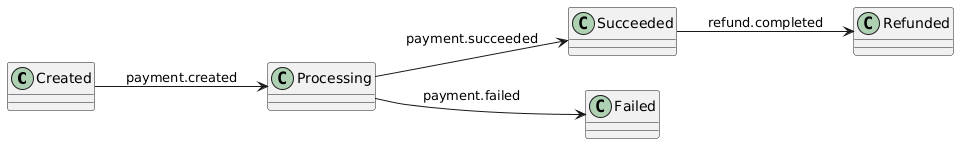
This is doc/images/StateMachine Payment.png from blackmittel/OtusSystemDesign, a PlantUML export, as it was before one commit. Its diagram source:
```plantuml
@startuml
left to right direction
Created --> Processing : payment.created
Processing --> Succeeded : payment.succeeded
Processing --> Failed : payment.failed
Succeeded --> Refunded : refund.completed
@enduml
```
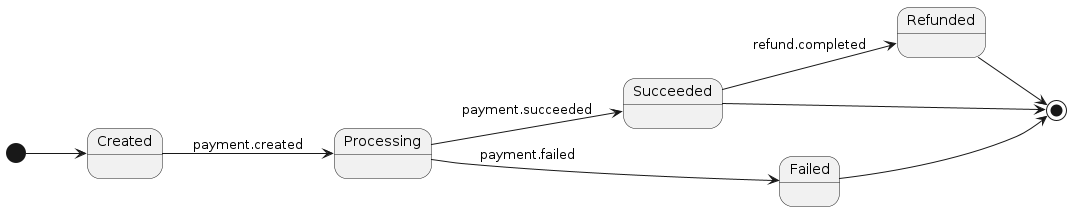
After the change.

Diff of the diagram source:
```diff
@@ -1,7 +1,16 @@
 @startuml
 left to right direction
+
+[*] --> Created
+
 Created --> Processing : payment.created
+
 Processing --> Succeeded : payment.succeeded
 Processing --> Failed : payment.failed
+
 Succeeded --> Refunded : refund.completed
+
+Succeeded --> [*]
+Failed --> [*]
+Refunded --> [*]
 @enduml
```
